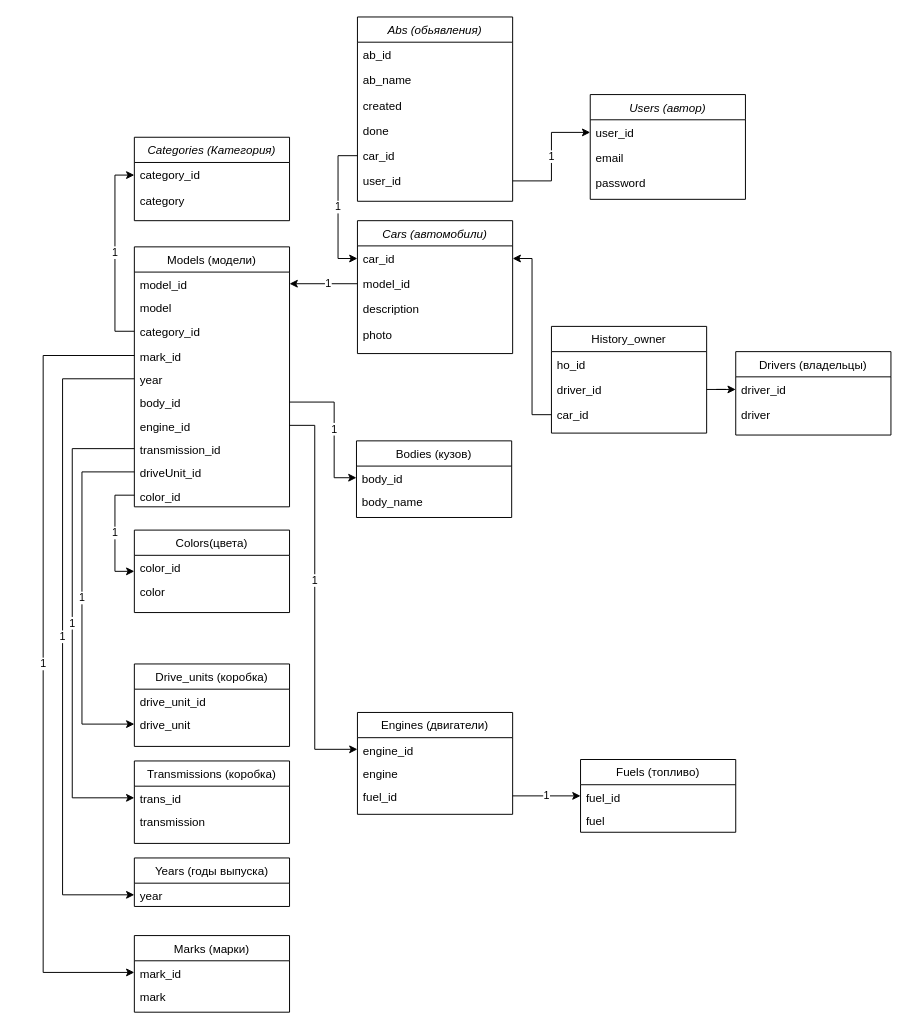
Before: img/sql_diagram.drawio in dima-abc/job4j_cars, a draw.io diagram. Source tidied: cells renumbered, new cells numbered last; positions are measured from the earlier drawing's top-left corner, leaving out a move shared by most shapes. Both pictures are drawn from the tidied source at 97%, with x=0, y=0 at pixel (43, 16).
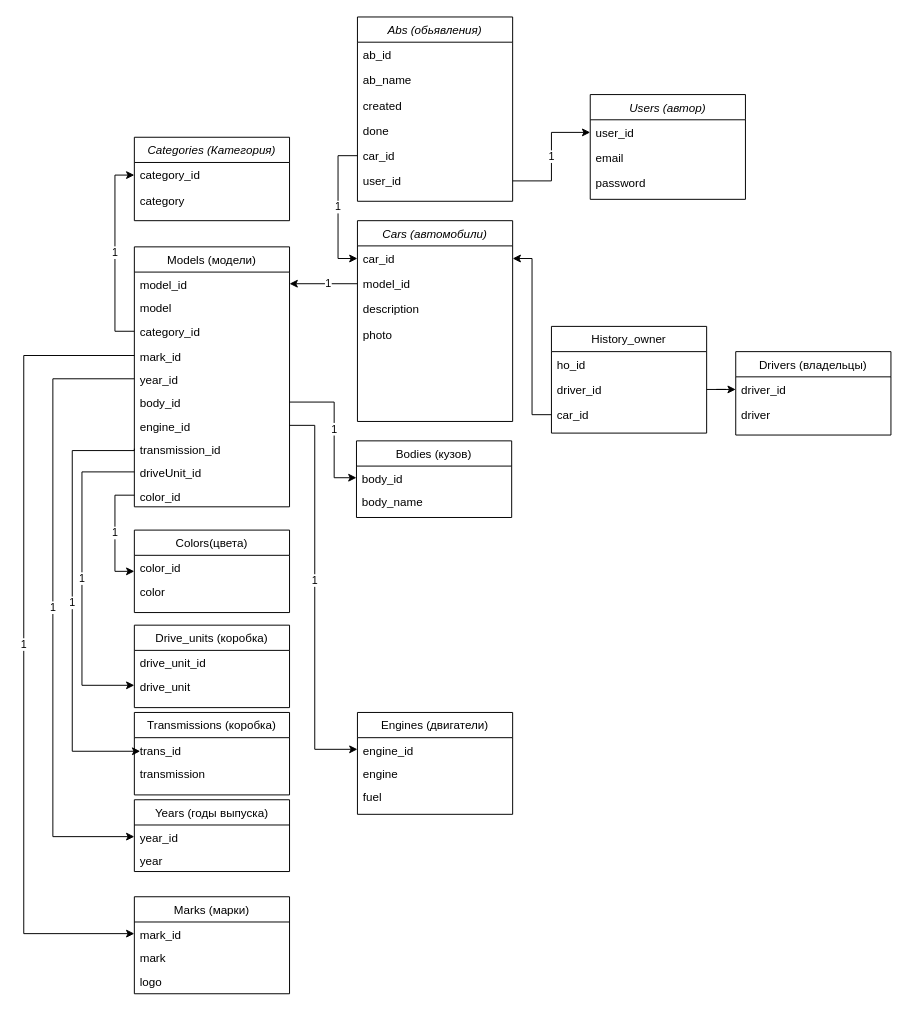
The same page after the edit.

The change refers to these unchanged cells:
```xml
<mxCell id="14" value="Engines (двигатели)" style="swimlane;fontStyle=0;align=center;verticalAlign=top;horizontal=1;startSize=26;rounded=0;shadow=0;strokeWidth=1;" parent="1" vertex="1">
  <mxGeometry x="324" y="717" width="160" height="105" as="geometry" />
</mxCell>
<mxCell id="21" value="Models (модели)" style="swimlane;fontStyle=0;align=center;verticalAlign=top;horizontal=1;startSize=26;rounded=0;shadow=0;strokeWidth=1;" parent="1" vertex="1">
  <mxGeometry x="94" y="237" width="160" height="268" as="geometry" />
</mxCell>
<mxCell id="25" value="mark_id    " style="text;align=left;verticalAlign=top;spacingLeft=4;spacingRight=4;overflow=hidden;points=[[0,0.5],[1,0.5]];portConstraint=eastwest;" parent="21" vertex="1">
  <mxGeometry y="100" width="160" height="24" as="geometry" />
</mxCell>
<mxCell id="29" value="transmission_id" style="text;align=left;verticalAlign=top;spacingLeft=4;spacingRight=4;overflow=hidden;points=[[0,0.5],[1,0.5]];portConstraint=eastwest;" parent="21" vertex="1">
  <mxGeometry y="196" width="160" height="24" as="geometry" />
</mxCell>
<mxCell id="30" value="driveUnit_id" style="text;align=left;verticalAlign=top;spacingLeft=4;spacingRight=4;overflow=hidden;points=[[0,0.5],[1,0.5]];portConstraint=eastwest;" parent="21" vertex="1">
  <mxGeometry y="220" width="160" height="24" as="geometry" />
</mxCell>
<mxCell id="33" value="mark_id    " style="text;align=left;verticalAlign=top;spacingLeft=4;spacingRight=4;overflow=hidden;points=[[0,0.5],[1,0.5]];portConstraint=eastwest;" parent="32" vertex="1">
  <mxGeometry y="26" width="160" height="24" as="geometry" />
</mxCell>
<mxCell id="63" value="trans_id" style="text;align=left;verticalAlign=top;spacingLeft=4;spacingRight=4;overflow=hidden;points=[[0,0.5],[1,0.5]];portConstraint=eastwest;" parent="62" vertex="1">
  <mxGeometry y="26" width="160" height="24" as="geometry" />
</mxCell>
<mxCell id="68" value="drive_unit" style="text;align=left;verticalAlign=top;spacingLeft=4;spacingRight=4;overflow=hidden;points=[[0,0.5],[1,0.5]];portConstraint=eastwest;" parent="66" vertex="1">
  <mxGeometry y="50" width="160" height="24" as="geometry" />
</mxCell>
```

Change to the diagram source:
```diff
@@
     <mxCell id="2" value="Cars (автомобили)" style="swimlane;fontStyle=2;align=center;verticalAlign=top;horizontal=1;startSize=26;rounded=0;shadow=0;strokeWidth=1;" parent="1" vertex="1">
-      <mxGeometry x="324" y="210" width="160" height="137" as="geometry" />
+      <mxGeometry x="324" y="210" width="160" height="207" as="geometry" />
     </mxCell>
@@
-    <mxCell id="17" value="fuel_id" style="text;align=left;verticalAlign=top;spacingLeft=4;spacingRight=4;overflow=hidden;points=[[0,0.5],[1,0.5]];portConstraint=eastwest;" parent="14" vertex="1">
+    <mxCell id="17" value="fuel" style="text;align=left;verticalAlign=top;spacingLeft=4;spacingRight=4;overflow=hidden;points=[[0,0.5],[1,0.5]];portConstraint=eastwest;" parent="14" vertex="1">
       <mxGeometry y="74" width="160" height="24" as="geometry" />
     </mxCell>
@@
-    <mxCell id="26" value="year" style="text;align=left;verticalAlign=top;spacingLeft=4;spacingRight=4;overflow=hidden;points=[[0,0.5],[1,0.5]];portConstraint=eastwest;" parent="21" vertex="1">
+    <mxCell id="26" value="year_id" style="text;align=left;verticalAlign=top;spacingLeft=4;spacingRight=4;overflow=hidden;points=[[0,0.5],[1,0.5]];portConstraint=eastwest;" parent="21" vertex="1">
       <mxGeometry y="124" width="160" height="24" as="geometry" />
     </mxCell>
@@
     <mxCell id="32" value="Marks (марки)" style="swimlane;fontStyle=0;align=center;verticalAlign=top;horizontal=1;startSize=26;rounded=0;shadow=0;strokeWidth=1;" parent="1" vertex="1">
-      <mxGeometry x="94" y="947" width="160" height="79" as="geometry" />
+      <mxGeometry x="94" y="907" width="160" height="100" as="geometry" />
     </mxCell>
@@
-    <mxCell id="35" value="1" style="edgeStyle=orthogonalEdgeStyle;rounded=0;jettySize=auto;html=1;entryX=0;entryY=0.5;entryDx=0;entryDy=0;exitX=0;exitY=0.5;exitDx=0;exitDy=0;" parent="1" edge="1" source="25" target="33">
-      <mxGeometry relative="1" as="geometry">
-        <Array as="points">
-          <mxPoint y="349" />
-          <mxPoint y="985" />
-        </Array>
-      </mxGeometry>
-    </mxCell>
+    <mxCell id="78" value="logo" style="text;align=left;verticalAlign=top;spacingLeft=4;spacingRight=4;overflow=hidden;" parent="32" vertex="1">
+      <mxGeometry y="74" width="160" height="24" as="geometry" />
+    </mxCell>
@@
-    <mxCell id="55" value="Fuels (топливо)" style="swimlane;fontStyle=0;align=center;verticalAlign=top;horizontal=1;startSize=26;rounded=0;shadow=0;strokeWidth=1;" parent="1" vertex="1">
-      <mxGeometry x="554" y="765.5" width="160" height="75" as="geometry" />
-    </mxCell>
-    <mxCell id="56" value="fuel_id" style="text;align=left;verticalAlign=top;spacingLeft=4;spacingRight=4;overflow=hidden;" parent="55" vertex="1">
-      <mxGeometry y="26" width="160" height="24" as="geometry" />
-    </mxCell>
-    <mxCell id="57" value="fuel" style="text;align=left;verticalAlign=top;spacingLeft=4;spacingRight=4;overflow=hidden;" parent="55" vertex="1">
-      <mxGeometry y="50" width="160" height="24" as="geometry" />
-    </mxCell>
-    <mxCell id="58" value="1" style="edgeStyle=orthogonalEdgeStyle;rounded=0;jettySize=auto;html=1;exitX=1;exitY=0.5;exitDx=0;exitDy=0;entryX=0;entryY=0.5;entryDx=0;entryDy=0;" parent="1" edge="1" source="17" target="55">
-      <mxGeometry relative="1" as="geometry" />
-    </mxCell>
     <mxCell id="59" value="Years (годы выпуска)" style="swimlane;fontStyle=0;align=center;verticalAlign=top;horizontal=1;startSize=26;rounded=0;shadow=0;strokeWidth=1;" parent="1" vertex="1">
-      <mxGeometry x="94" y="867" width="160" height="50" as="geometry" />
+      <mxGeometry x="94" y="807" width="160" height="74" as="geometry" />
     </mxCell>
-    <mxCell id="60" value="year" style="text;align=left;verticalAlign=top;spacingLeft=4;spacingRight=4;overflow=hidden;points=[[0,0.5],[1,0.5]];portConstraint=eastwest;" parent="59" vertex="1">
+    <mxCell id="60" value="year_id" style="text;align=left;verticalAlign=top;spacingLeft=4;spacingRight=4;overflow=hidden;points=[[0,0.5],[1,0.5]];portConstraint=eastwest;" parent="59" vertex="1">
       <mxGeometry y="26" width="160" height="24" as="geometry" />
     </mxCell>
-    <mxCell id="61" value="1" style="edgeStyle=orthogonalEdgeStyle;rounded=0;jettySize=auto;html=1;entryX=0;entryY=0.5;entryDx=0;entryDy=0;exitX=0;exitY=0.5;exitDx=0;exitDy=0;" parent="1" edge="1" source="26" target="60">
-      <mxGeometry relative="1" as="geometry">
-        <Array as="points">
-          <mxPoint x="20" y="373" />
-          <mxPoint x="20" y="905" />
-        </Array>
-      </mxGeometry>
-    </mxCell>
+    <mxCell id="79" value="year" style="text;align=left;verticalAlign=top;spacingLeft=4;spacingRight=4;overflow=hidden;" parent="59" vertex="1">
+      <mxGeometry y="50" width="160" height="24" as="geometry" />
+    </mxCell>
     <mxCell id="62" value="Transmissions (коробка)" style="swimlane;fontStyle=0;align=center;verticalAlign=top;horizontal=1;startSize=26;rounded=0;shadow=0;strokeWidth=1;" parent="1" vertex="1">
-      <mxGeometry x="94" y="767" width="160" height="85" as="geometry" />
+      <mxGeometry x="94" y="717" width="160" height="85" as="geometry" />
     </mxCell>
@@
-    <mxCell id="65" value="1" style="edgeStyle=orthogonalEdgeStyle;rounded=0;jettySize=auto;html=1;exitX=0;exitY=0.5;exitDx=0;exitDy=0;entryX=0;entryY=0.5;entryDx=0;entryDy=0;" parent="1" edge="1" source="29" target="63">
+    <mxCell id="65" value="1" style="edgeStyle=orthogonalEdgeStyle;rounded=0;jettySize=auto;html=1;exitX=0;exitY=0.5;exitDx=0;exitDy=0;entryX=0.038;entryY=0.583;entryDx=0;entryDy=0;entryPerimeter=0;" parent="1" edge="1" source="29" target="63">
       <mxGeometry relative="1" as="geometry">
         <Array as="points">
-          <mxPoint x="30" y="445" />
-          <mxPoint x="30" y="805" />
+          <mxPoint x="94" y="447" />
+          <mxPoint x="30" y="447" />
+          <mxPoint x="30" y="757" />
         </Array>
       </mxGeometry>
     </mxCell>
     <mxCell id="66" value="Drive_units (коробка)" style="swimlane;fontStyle=0;align=center;verticalAlign=top;horizontal=1;startSize=26;rounded=0;shadow=0;strokeWidth=1;" parent="1" vertex="1">
-      <mxGeometry x="94" y="667" width="160" height="85" as="geometry" />
+      <mxGeometry x="94" y="627" width="160" height="85" as="geometry" />
     </mxCell>
@@
     <mxCell id="69" value="1" style="edgeStyle=orthogonalEdgeStyle;rounded=0;jettySize=auto;html=1;exitX=0;exitY=0.5;exitDx=0;exitDy=0;entryX=0;entryY=0.5;entryDx=0;entryDy=0;" parent="1" edge="1" source="30" target="68">
       <mxGeometry relative="1" as="geometry">
         <Array as="points">
           <mxPoint x="40" y="469" />
-          <mxPoint x="40" y="729" />
+          <mxPoint x="40" y="689" />
         </Array>
       </mxGeometry>
     </mxCell>
@@
+    <mxCell id="61" value="1" style="edgeStyle=orthogonalEdgeStyle;rounded=0;jettySize=auto;html=1;exitX=0;exitY=0.5;exitDx=0;exitDy=0;entryX=0;entryY=0.5;entryDx=0;entryDy=0;" parent="1" edge="1" source="26" target="60">
+      <mxGeometry relative="1" as="geometry">
+        <Array as="points">
+          <mxPoint x="10" y="373" />
+          <mxPoint x="10" y="845" />
+        </Array>
+      </mxGeometry>
+    </mxCell>
+    <mxCell id="35" value="1" style="edgeStyle=orthogonalEdgeStyle;rounded=0;jettySize=auto;html=1;exitX=0;exitY=0.5;exitDx=0;exitDy=0;entryX=0;entryY=0.5;entryDx=0;entryDy=0;" parent="1" edge="1" source="25" target="33">
+      <mxGeometry relative="1" as="geometry">
+        <Array as="points">
+          <mxPoint x="-20" y="349" />
+          <mxPoint x="-20" y="945" />
+        </Array>
+      </mxGeometry>
+    </mxCell>
```
